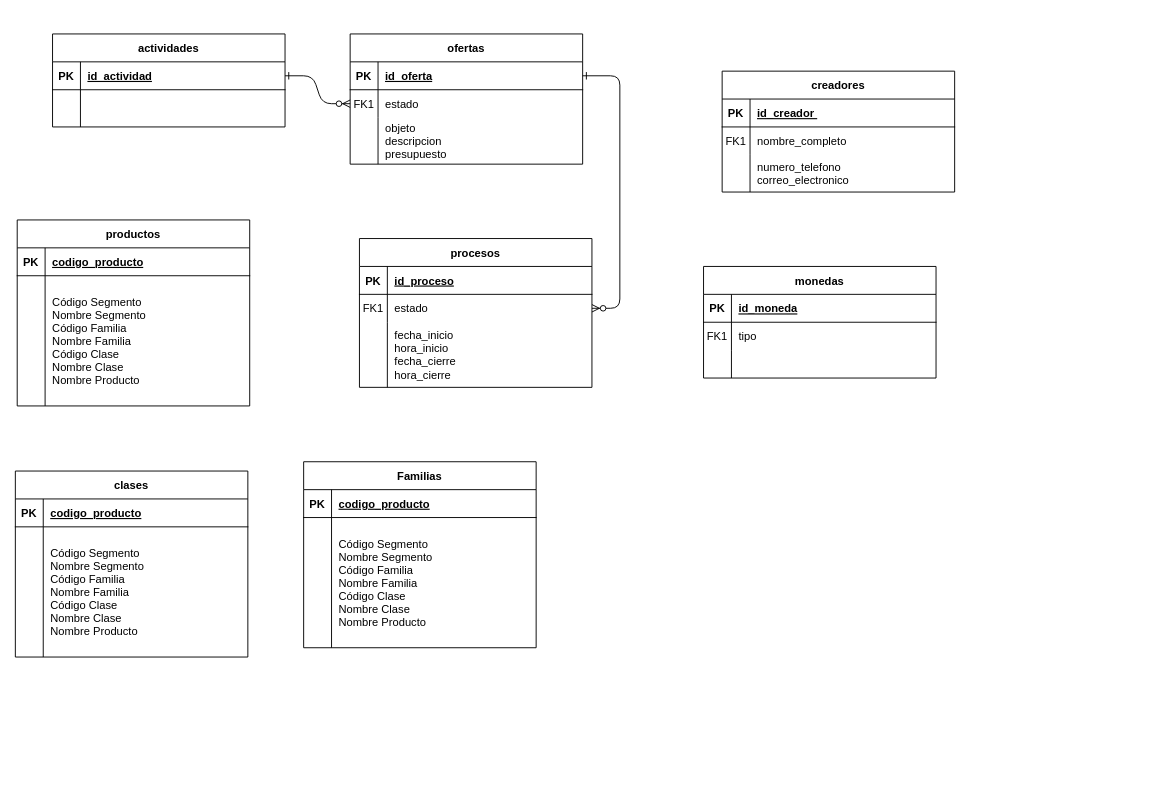
Earlier version of the draw.io diagram Diagrama sin título.drawio (manueld1az/IMC). Source tidied: cells renumbered, new cells numbered last; positions are measured from the earlier drawing's top-left corner, leaving out a move shared by most shapes. Both pictures are drawn from the tidied source at 93%, with x=0, y=0 at pixel (15, 33).
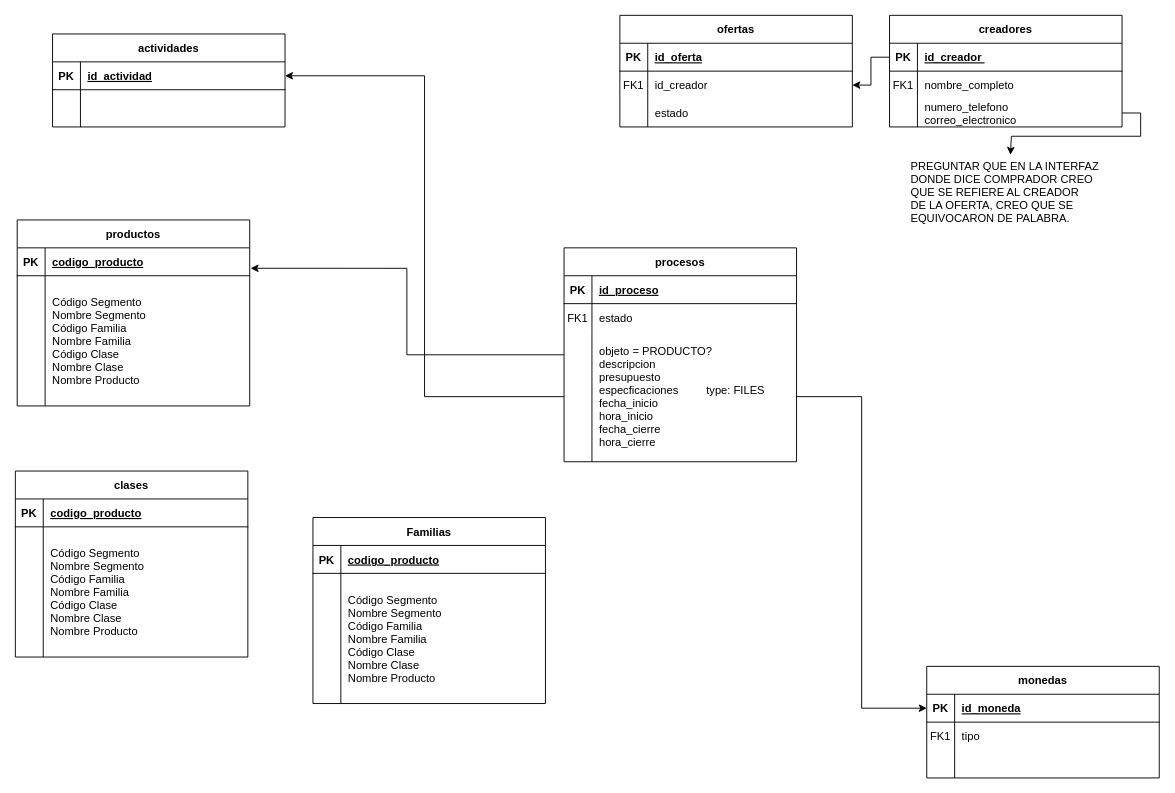
The same diagram, later.

Unchanged cells that the change refers to:
```xml
<mxCell id="5" style="shape=partialRectangle;fillColor=none;points=[[0,0.5],[1,0.5]];portConstraint=eastwest;top=0;left=0;right=0;bottom=1;" parent="4" vertex="1">
  <mxGeometry y="30" width="250" height="30" as="geometry" />
</mxCell>
<mxCell id="8" style="shape=partialRectangle;fillColor=none;points=[[0,0.5],[1,0.5]];portConstraint=eastwest;top=0;left=0;right=0;bottom=0;" parent="4" vertex="1">
  <mxGeometry y="60" width="250" height="30" as="geometry" />
</mxCell>
<mxCell id="18" style="shape=partialRectangle;fillColor=none;points=[[0,0.5],[1,0.5]];portConstraint=eastwest;top=0;left=0;right=0;bottom=0;" parent="14" vertex="1">
  <mxGeometry y="60" width="250" height="30" as="geometry" />
</mxCell>
<mxCell id="25" style="shape=partialRectangle;fillColor=none;points=[[0,0.5],[1,0.5]];portConstraint=eastwest;top=0;left=0;right=0;bottom=1;" parent="24" vertex="1">
  <mxGeometry y="30" width="250" height="30" as="geometry" />
</mxCell>
<mxCell id="32" style="shape=partialRectangle;fillColor=none;points=[[0,0.5],[1,0.5]];portConstraint=eastwest;top=0;left=0;right=0;bottom=1;" parent="31" vertex="1">
  <mxGeometry y="30" width="250" height="30" as="geometry" />
</mxCell>
<mxCell id="42" style="shape=partialRectangle;fillColor=none;points=[[0,0.5],[1,0.5]];portConstraint=eastwest;top=0;left=0;right=0;bottom=1;" parent="41" vertex="1">
  <mxGeometry y="30" width="250" height="30" as="geometry" />
</mxCell>
<mxCell id="52" style="shape=partialRectangle;fillColor=none;points=[[0,0.5],[1,0.5]];portConstraint=eastwest;top=0;left=0;right=0;bottom=1;" parent="51" vertex="1">
  <mxGeometry y="30" width="250" height="30" as="geometry" />
</mxCell>
```

What changed in the source:
```diff
@@
-    <mxCell id="2" style="edgeStyle=entityRelationEdgeStyle;endArrow=ERzeroToMany;startArrow=ERone;endFill=1;startFill=0;entryX=0;entryY=0.5;entryDx=0;entryDy=0;" parent="1" edge="1" source="25" target="8">
-      <mxGeometry relative="1" as="geometry" />
-    </mxCell>
-    <mxCell id="3" style="edgeStyle=entityRelationEdgeStyle;endArrow=ERzeroToMany;startArrow=ERone;endFill=1;startFill=0;" parent="1" edge="1" source="5" target="18">
-      <mxGeometry relative="1" as="geometry" />
-    </mxCell>
     <mxCell id="4" value="ofertas" style="shape=table;startSize=30;childLayout=tableLayout;rowLines=0;fontStyle=1;align=center;" parent="1" vertex="1">
-      <mxGeometry x="360" width="250" height="140" as="geometry" />
+      <mxGeometry x="650" y="-20" width="250" height="120" as="geometry" />
     </mxCell>
@@
-    <mxCell id="10" value="estado" style="shape=partialRectangle;overflow=hidden;fillColor=none;top=0;left=0;bottom=0;right=0;align=left;spacingLeft=6;" parent="8" vertex="1">
+    <mxCell id="10" value="id_creador" style="shape=partialRectangle;overflow=hidden;fillColor=none;top=0;left=0;bottom=0;right=0;align=left;spacingLeft=6;" parent="8" vertex="1">
       <mxGeometry x="30" width="220" height="30" as="geometry" />
     </mxCell>
     <mxCell id="11" style="shape=partialRectangle;fillColor=none;top=0;left=0;right=0;bottom=0;" parent="4" vertex="1">
-      <mxGeometry y="90" width="250" height="50" as="geometry" />
+      <mxGeometry y="90" width="250" height="30" as="geometry" />
     </mxCell>
     <mxCell id="12" style="shape=partialRectangle;overflow=hidden;fillColor=none;top=0;left=0;bottom=0;right=0;" parent="11" vertex="1">
-      <mxGeometry width="30" height="50" as="geometry" />
+      <mxGeometry width="30" height="30" as="geometry" />
     </mxCell>
-    <mxCell id="13" value="objeto &#10;descripcion&#10;presupuesto" style="shape=partialRectangle;overflow=hidden;fillColor=none;top=0;left=0;bottom=0;right=0;align=left;spacingLeft=6;" parent="11" vertex="1">
-      <mxGeometry x="30" width="220" height="50" as="geometry" />
+    <mxCell id="13" value="estado" style="shape=partialRectangle;overflow=hidden;fillColor=none;top=0;left=0;bottom=0;right=0;align=left;spacingLeft=6;" parent="11" vertex="1">
+      <mxGeometry x="30" width="220" height="30" as="geometry" />
     </mxCell>
+    <mxCell id="72" style="edgeStyle=orthogonalEdgeStyle;rounded=0;jettySize=auto;html=1;entryX=1.004;entryY=0.733;entryDx=0;entryDy=0;entryPerimeter=0;" parent="1" edge="1" source="14" target="52">
+      <mxGeometry relative="1" as="geometry" />
+    </mxCell>
     <mxCell id="14" value="procesos" style="shape=table;startSize=30;childLayout=tableLayout;rowLines=0;fontStyle=1;align=center;" parent="1" vertex="1">
-      <mxGeometry x="370" y="220" width="250" height="160" as="geometry" />
+      <mxGeometry x="590" y="230" width="250" height="230" as="geometry" />
     </mxCell>
@@
     <mxCell id="21" style="shape=partialRectangle;fillColor=none;points=[[0,0.5],[1,0.5]];portConstraint=eastwest;top=0;left=0;right=0;bottom=0;" parent="14" vertex="1">
-      <mxGeometry y="90" width="250" height="70" as="geometry" />
+      <mxGeometry y="90" width="250" height="140" as="geometry" />
     </mxCell>
     <mxCell id="22" style="shape=partialRectangle;overflow=hidden;fillColor=none;top=0;left=0;bottom=0;right=0;" parent="21" vertex="1">
-      <mxGeometry width="30" height="70" as="geometry" />
+      <mxGeometry width="30" height="140" as="geometry" />
     </mxCell>
-    <mxCell id="23" value="fecha_inicio&#10;hora_inicio&#10;fecha_cierre&#10;hora_cierre" style="shape=partialRectangle;overflow=hidden;fillColor=none;top=0;left=0;bottom=0;right=0;align=left;spacingLeft=6;" parent="21" vertex="1">
-      <mxGeometry x="30" width="220" height="70" as="geometry" />
+    <mxCell id="23" value="objeto = PRODUCTO?&#10;descripcion&#10;presupuesto&#10;especficaciones         type: FILES &#10;fecha_inicio&#10;hora_inicio&#10;fecha_cierre&#10;hora_cierre" style="shape=partialRectangle;overflow=hidden;fillColor=none;top=0;left=0;bottom=0;right=0;align=left;spacingLeft=6;" parent="21" vertex="1">
+      <mxGeometry x="30" width="220" height="140" as="geometry" />
     </mxCell>
@@
     <mxCell id="31" value="monedas" style="shape=table;startSize=30;childLayout=tableLayout;rowLines=0;fontStyle=1;align=center;" parent="1" vertex="1">
-      <mxGeometry x="740" y="250" width="250" height="120" as="geometry" />
+      <mxGeometry x="980" y="680" width="250" height="120" as="geometry" />
     </mxCell>
@@
     <mxCell id="41" value="creadores" style="shape=table;startSize=30;childLayout=tableLayout;rowLines=0;fontStyle=1;align=center;" parent="1" vertex="1">
-      <mxGeometry x="760" y="40" width="250" height="130" as="geometry" />
+      <mxGeometry x="940" y="-20" width="250" height="120" as="geometry" />
     </mxCell>
@@
     <mxCell id="48" style="shape=partialRectangle;fillColor=none;points=[[0,0.5],[1,0.5]];portConstraint=eastwest;top=0;left=0;right=0;bottom=0;" parent="41" vertex="1">
-      <mxGeometry y="90" width="250" height="40" as="geometry" />
+      <mxGeometry y="90" width="250" height="30" as="geometry" />
     </mxCell>
     <mxCell id="49" style="shape=partialRectangle;overflow=hidden;fillColor=none;top=0;left=0;bottom=0;right=0;" parent="48" vertex="1">
-      <mxGeometry width="30" height="40" as="geometry" />
+      <mxGeometry width="30" height="30" as="geometry" />
     </mxCell>
     <mxCell id="50" value="numero_telefono&#10;correo_electronico" style="shape=partialRectangle;overflow=hidden;fillColor=none;top=0;left=0;bottom=0;right=0;align=left;spacingLeft=6;" parent="48" vertex="1">
-      <mxGeometry x="30" width="220" height="40" as="geometry" />
+      <mxGeometry x="30" width="220" height="30" as="geometry" />
     </mxCell>
@@
     <mxCell id="65" value="Familias" style="shape=table;startSize=30;childLayout=tableLayout;rowLines=0;fontStyle=1;align=center;" parent="1" vertex="1">
-      <mxGeometry x="310" y="460" width="250" height="200" as="geometry" />
+      <mxGeometry x="320" y="520" width="250" height="200" as="geometry" />
     </mxCell>
@@
+    <mxCell id="73" style="edgeStyle=orthogonalEdgeStyle;rounded=0;jettySize=auto;html=1;entryX=0;entryY=0.5;entryDx=0;entryDy=0;" parent="1" edge="1" source="21" target="32">
+      <mxGeometry relative="1" as="geometry" />
+    </mxCell>
+    <mxCell id="74" style="edgeStyle=orthogonalEdgeStyle;rounded=0;jettySize=auto;html=1;entryX=1;entryY=0.5;entryDx=0;entryDy=0;" parent="1" edge="1" source="21" target="25">
+      <mxGeometry relative="1" as="geometry" />
+    </mxCell>
+    <mxCell id="75" style="edgeStyle=orthogonalEdgeStyle;rounded=0;jettySize=auto;html=1;entryX=1;entryY=0.5;entryDx=0;entryDy=0;" parent="1" edge="1" source="42" target="8">
+      <mxGeometry relative="1" as="geometry" />
+    </mxCell>
+    <mxCell id="76" value="PREGUNTAR QUE EN LA INTERFAZ &#10;DONDE DICE COMPRADOR CREO &#10;QUE SE REFIERE AL CREADOR&#10;DE LA OFERTA, CREO QUE SE &#10;EQUIVOCARON DE PALABRA." style="shape=partialRectangle;overflow=hidden;fillColor=none;top=0;left=0;bottom=0;right=0;align=left;spacingLeft=6;" parent="1" vertex="1">
+      <mxGeometry x="955" y="120" width="220" height="100" as="geometry" />
+    </mxCell>
+    <mxCell id="77" style="edgeStyle=orthogonalEdgeStyle;rounded=0;jettySize=auto;html=1;" parent="1" edge="1" source="48">
+      <mxGeometry relative="1" as="geometry">
+        <mxPoint x="1070" y="130" as="targetPoint" />
+        <Array as="points">
+          <mxPoint x="1210" y="85" />
+          <mxPoint x="1210" y="110" />
+          <mxPoint x="1071" y="110" />
+        </Array>
+      </mxGeometry>
+    </mxCell>
```
